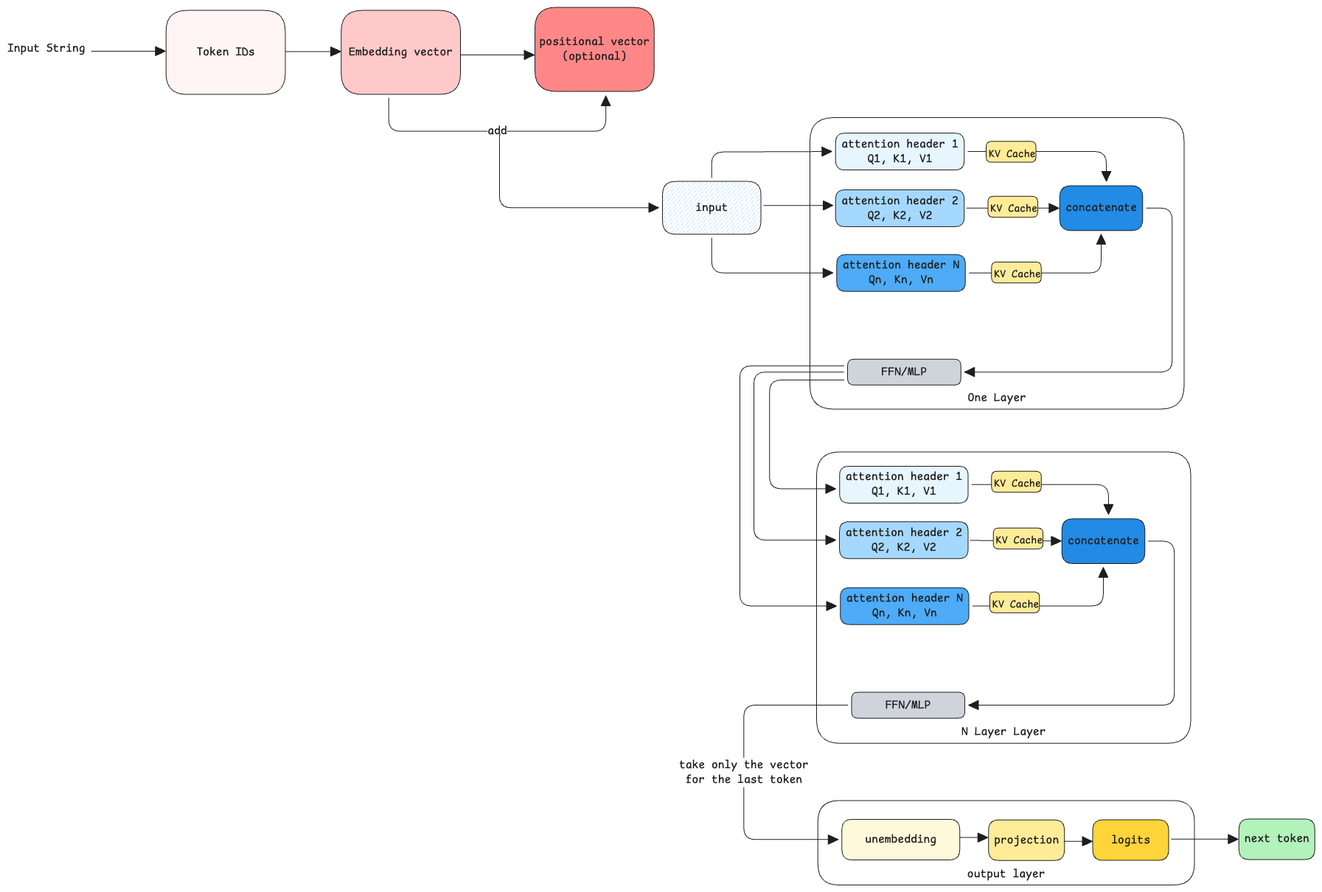
swaroopar/inprogress-engineer keeps this Excalidraw diagram as static/img/ai-llm-hl.excalidraw.png. Above is the earlier version. Source tidied: one line per element, renumbered; positions are measured from the earlier drawing's top-left corner, leaving out a move shared by most shapes.
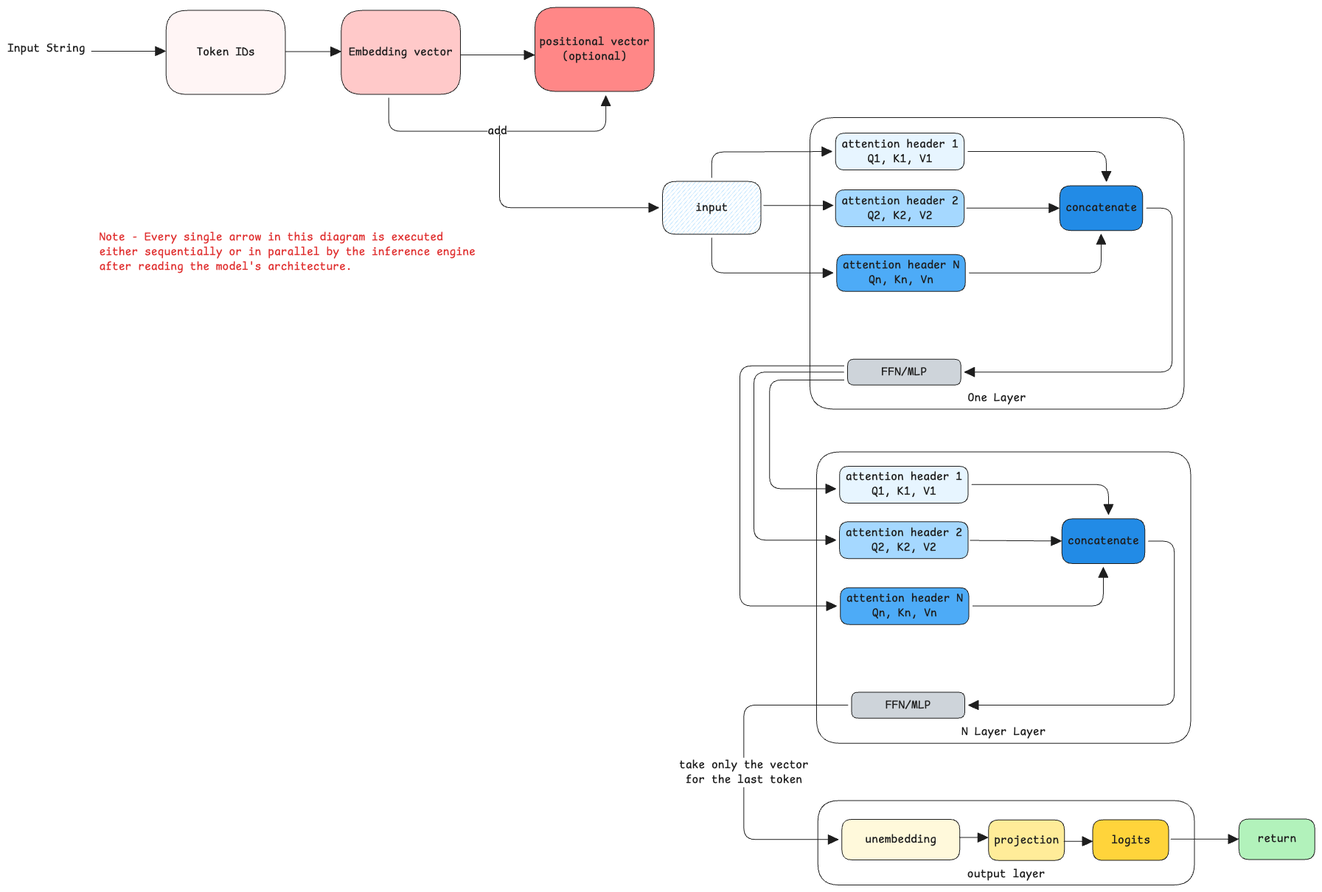
Above is the later version.

Change to the diagram source:
```diff
@@ -59,22 +59,11 @@
 {"id": 58, "type": "text", "text": "projection", "strokeColor": "#1e1e1e", "strokeWidth": 1, "roughness": 0, "fontSize": 16, "fontFamily": 8, "textAlign": "center", "verticalAlign": "middle", "inside": 57, "x": 1338, "y": 1120, "width": 88, "height": 20}
 {"id": 59, "type": "rectangle", "strokeColor": "#1e1e1e", "backgroundColor": "#ffd43b", "fillStyle": "solid", "strokeWidth": 1, "roughness": 0, "round": true, "x": 1472, "y": 1102, "width": 103, "height": 55}
 {"id": 60, "type": "text", "text": "logits", "strokeColor": "#1e1e1e", "strokeWidth": 1, "roughness": 0, "fontSize": 16, "fontFamily": 8, "textAlign": "center", "verticalAlign": "middle", "inside": 59, "x": 1497, "y": 1120, "width": 53, "height": 20}
-{"id": 61, "type": "arrow", "strokeColor": "#1e1e1e", "strokeWidth": 1, "roughness": 0, "endArrowhead": "triangle", "from": 59, "to": 62, "x": 1579, "y": 1128, "width": 91, "height": 0, "points": [[0, 0], [91, 0]]}
+{"id": 61, "type": "arrow", "strokeColor": "#1e1e1e", "strokeWidth": 1, "roughness": 0, "endArrowhead": "triangle", "from": 59, "to": 62, "x": 1578, "y": 1128, "width": 91, "height": 0, "points": [[0, 0], [91, 0]]}
 {"id": 62, "type": "rectangle", "strokeColor": "#1e1e1e", "backgroundColor": "#b2f2bb", "fillStyle": "solid", "strokeWidth": 1, "roughness": 0, "round": true, "x": 1670, "y": 1101, "width": 103, "height": 55}
-{"id": 63, "type": "text", "text": "next token", "strokeColor": "#1e1e1e", "strokeWidth": 1, "roughness": 0, "fontSize": 16, "fontFamily": 8, "textAlign": "center", "verticalAlign": "middle", "inside": 62, "x": 1678, "y": 1118, "width": 88, "height": 20}
+{"id": 63, "type": "text", "text": "return", "strokeColor": "#1e1e1e", "strokeWidth": 1, "roughness": 0, "fontSize": 16, "fontFamily": 8, "textAlign": "center", "verticalAlign": "middle", "inside": 62, "x": 1695, "y": 1118, "width": 53, "height": 20}
 {"id": 64, "type": "arrow", "strokeColor": "#1e1e1e", "strokeWidth": 1, "roughness": 0, "endArrowhead": "triangle", "to": 0, "x": 114, "y": 59, "width": 100, "height": 0, "points": [[0, 0], [100, 0]]}
 {"id": 65, "type": "text", "text": "Input String", "strokeColor": "#1e1e1e", "strokeWidth": 1, "roughness": 0, "fontSize": 16, "fontFamily": 8, "x": 0, "y": 46, "width": 106, "height": 20}
 {"id": 66, "type": "arrow", "strokeColor": "#1e1e1e", "backgroundColor": "#ced4da", "fillStyle": "solid", "strokeWidth": 1, "roughness": 0, "endArrowhead": "triangle", "from": 53, "to": 57, "x": 1291, "y": 1126, "width": 39, "height": 0, "points": [[0, 0], [39, 0]]}
 {"id": 67, "type": "arrow", "strokeColor": "#1e1e1e", "backgroundColor": "#ced4da", "fillStyle": "solid", "strokeWidth": 1, "roughness": 0, "endArrowhead": "triangle", "x": 1433, "y": 1131, "width": 39, "height": 0, "points": [[0, 0], [39, 0]]}
-{"id": 68, "type": "rectangle", "strokeColor": "#1e1e1e", "backgroundColor": "#ffec99", "fillStyle": "solid", "strokeWidth": 1, "roughness": 0, "round": true, "x": 1328, "y": 182, "width": 67, "height": 28}
-{"id": 69, "type": "text", "text": "KV Cache", "strokeColor": "#1e1e1e", "backgroundColor": "#ffec99", "fillStyle": "solid", "strokeWidth": 1, "roughness": 0, "fontSize": 14.38, "fontFamily": 8, "x": 1331, "y": 190, "width": 63, "height": 18}
-{"id": 70, "type": "rectangle", "strokeColor": "#1e1e1e", "backgroundColor": "#ffec99", "fillStyle": "solid", "strokeWidth": 1, "roughness": 0, "round": true, "x": 1330, "y": 256, "width": 67, "height": 28}
-{"id": 71, "type": "text", "text": "KV Cache", "strokeColor": "#1e1e1e", "backgroundColor": "#ffec99", "fillStyle": "solid", "strokeWidth": 1, "roughness": 0, "fontSize": 14.38, "fontFamily": 8, "x": 1334, "y": 265, "width": 63, "height": 18}
-{"id": 72, "type": "rectangle", "strokeColor": "#1e1e1e", "backgroundColor": "#ffec99", "fillStyle": "solid", "strokeWidth": 1, "roughness": 0, "round": true, "x": 1335, "y": 345, "width": 67, "height": 28}
-{"id": 73, "type": "text", "text": "KV Cache", "strokeColor": "#1e1e1e", "backgroundColor": "#ffec99", "fillStyle": "solid", "strokeWidth": 1, "roughness": 0, "fontSize": 14.38, "fontFamily": 8, "x": 1338, "y": 354, "width": 63, "height": 18}
-{"id": 74, "type": "rectangle", "strokeColor": "#1e1e1e", "backgroundColor": "#ffec99", "fillStyle": "solid", "strokeWidth": 1, "roughness": 0, "round": true, "x": 1335, "y": 629, "width": 67, "height": 28}
-{"id": 75, "type": "text", "text": "KV Cache", "strokeColor": "#1e1e1e", "backgroundColor": "#ffec99", "fillStyle": "solid", "strokeWidth": 1, "roughness": 0, "fontSize": 14.38, "fontFamily": 8, "x": 1338, "y": 638, "width": 63, "height": 18}
-{"id": 76, "type": "rectangle", "strokeColor": "#1e1e1e", "backgroundColor": "#ffec99", "fillStyle": "solid", "strokeWidth": 1, "roughness": 0, "round": true, "x": 1337, "y": 706, "width": 67, "height": 28}
-{"id": 77, "type": "text", "text": "KV Cache", "strokeColor": "#1e1e1e", "backgroundColor": "#ffec99", "fillStyle": "solid", "strokeWidth": 1, "roughness": 0, "fontSize": 14.38, "fontFamily": 8, "x": 1341, "y": 715, "width": 63, "height": 18}
-{"id": 78, "type": "rectangle", "strokeColor": "#1e1e1e", "backgroundColor": "#ffec99", "fillStyle": "solid", "strokeWidth": 1, "roughness": 0, "round": true, "x": 1332, "y": 793, "width": 67, "height": 28}
-{"id": 79, "type": "text", "text": "KV Cache", "strokeColor": "#1e1e1e", "backgroundColor": "#ffec99", "fillStyle": "solid", "strokeWidth": 1, "roughness": 0, "fontSize": 14.38, "fontFamily": 8, "x": 1336, "y": 801, "width": 63, "height": 18}
+{"id": 80, "type": "text", "text": "Note - Every single arrow in this diagram is executed\neither sequentially or in parallel by the inference engine\nafter reading the model's architecture.", "strokeColor": "#e03131", "strokeWidth": 2, "roughness": 1, "fontSize": 16, "fontFamily": 8, "x": 124, "y": 302, "width": 510, "height": 60}
```
